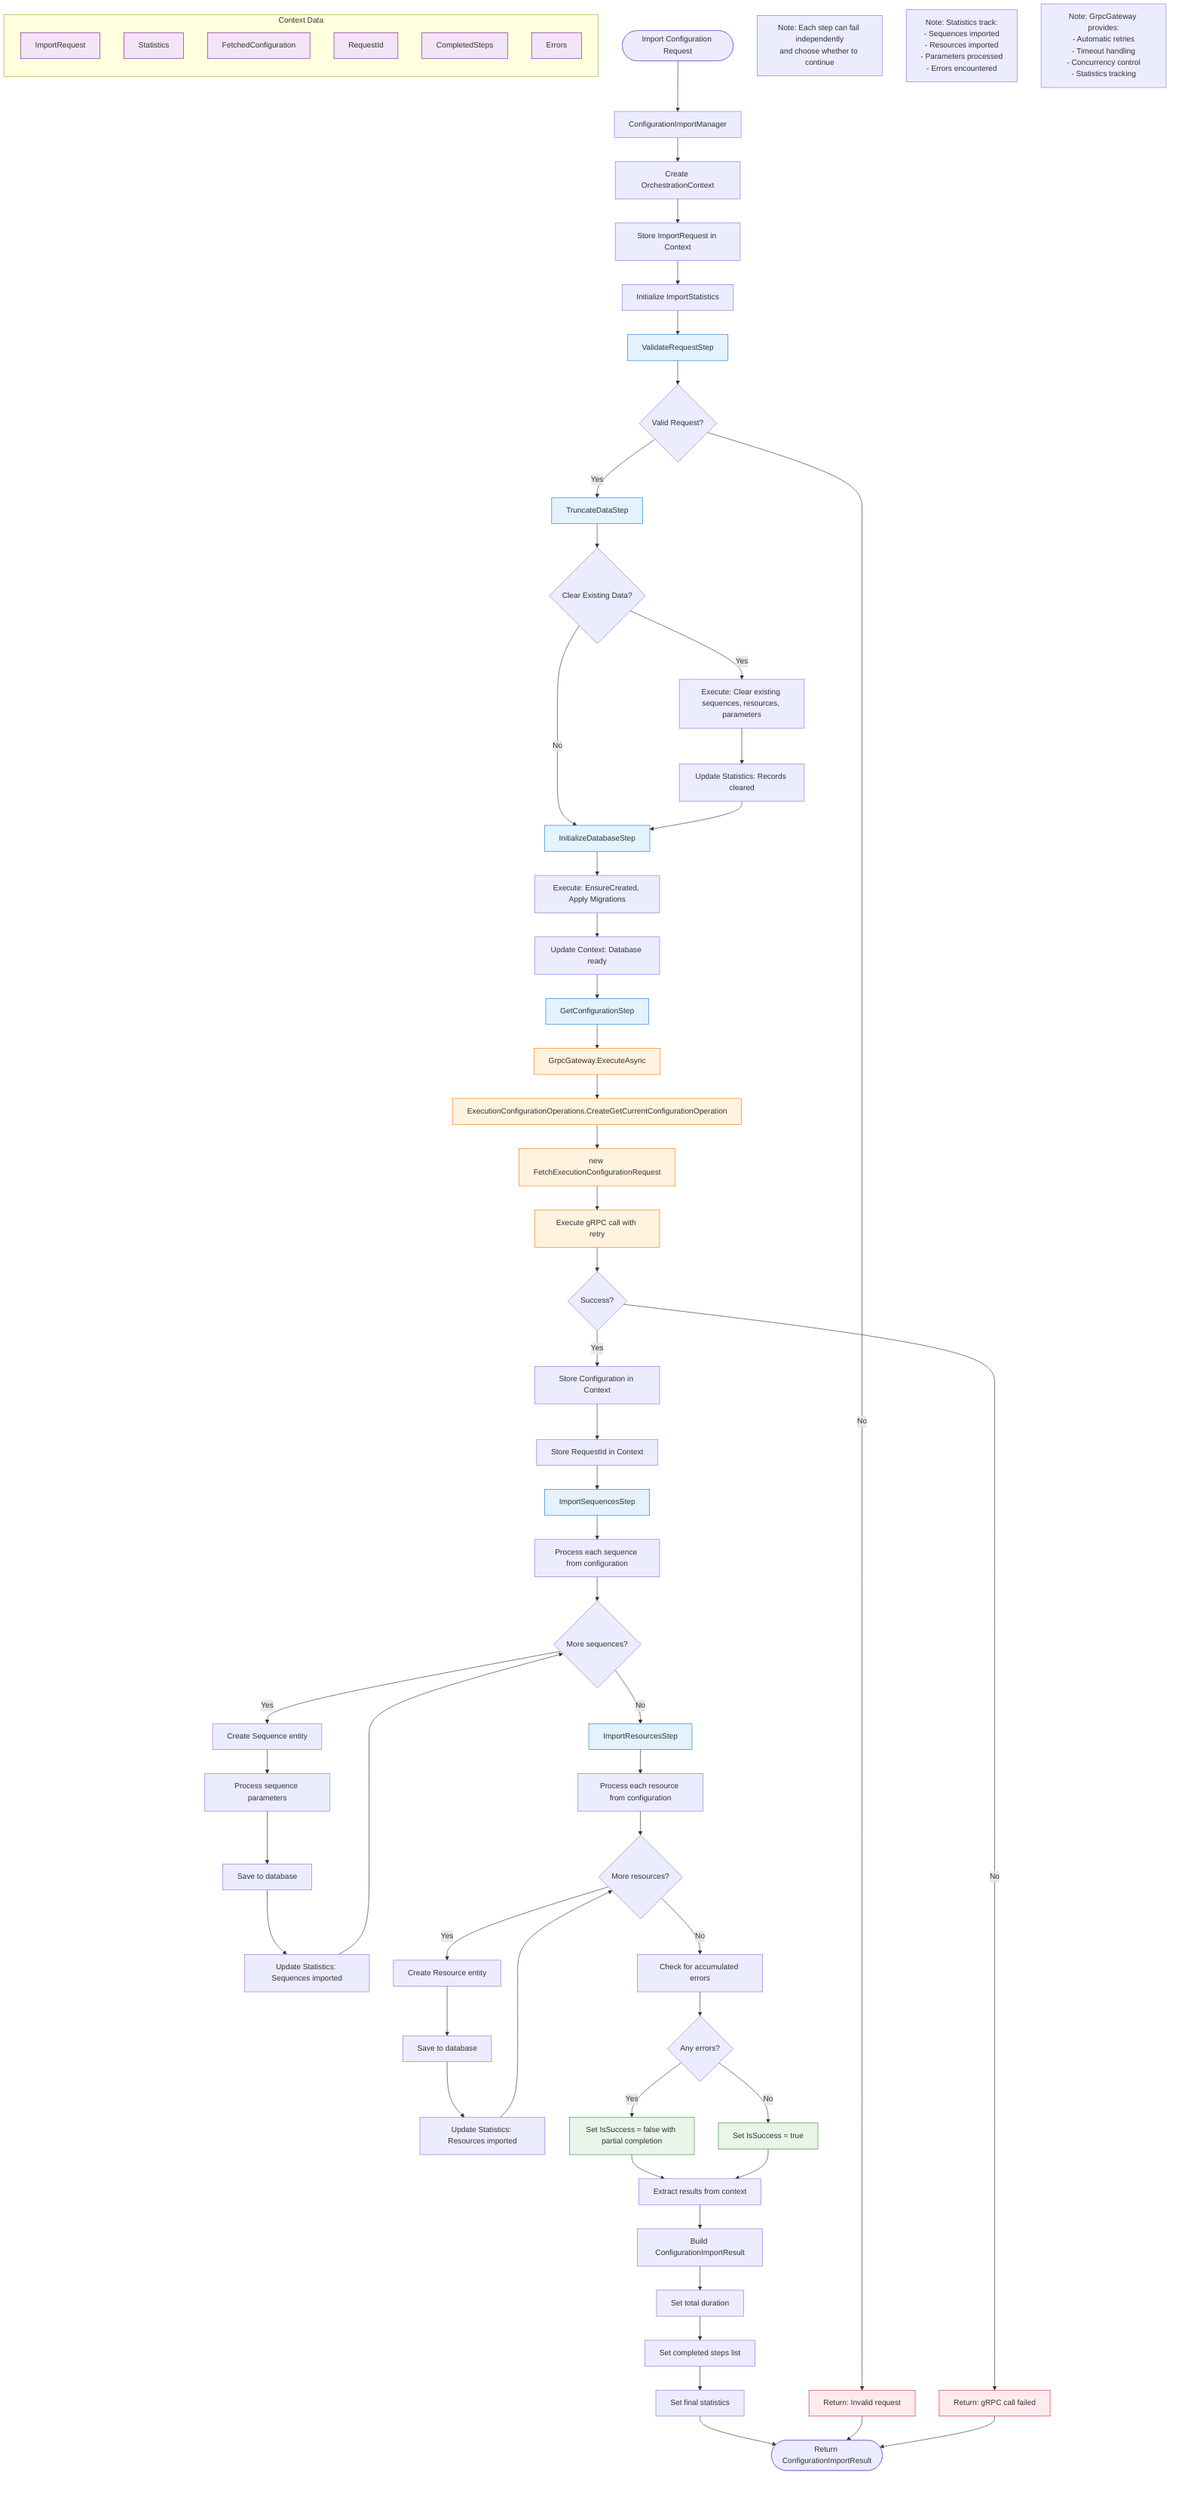
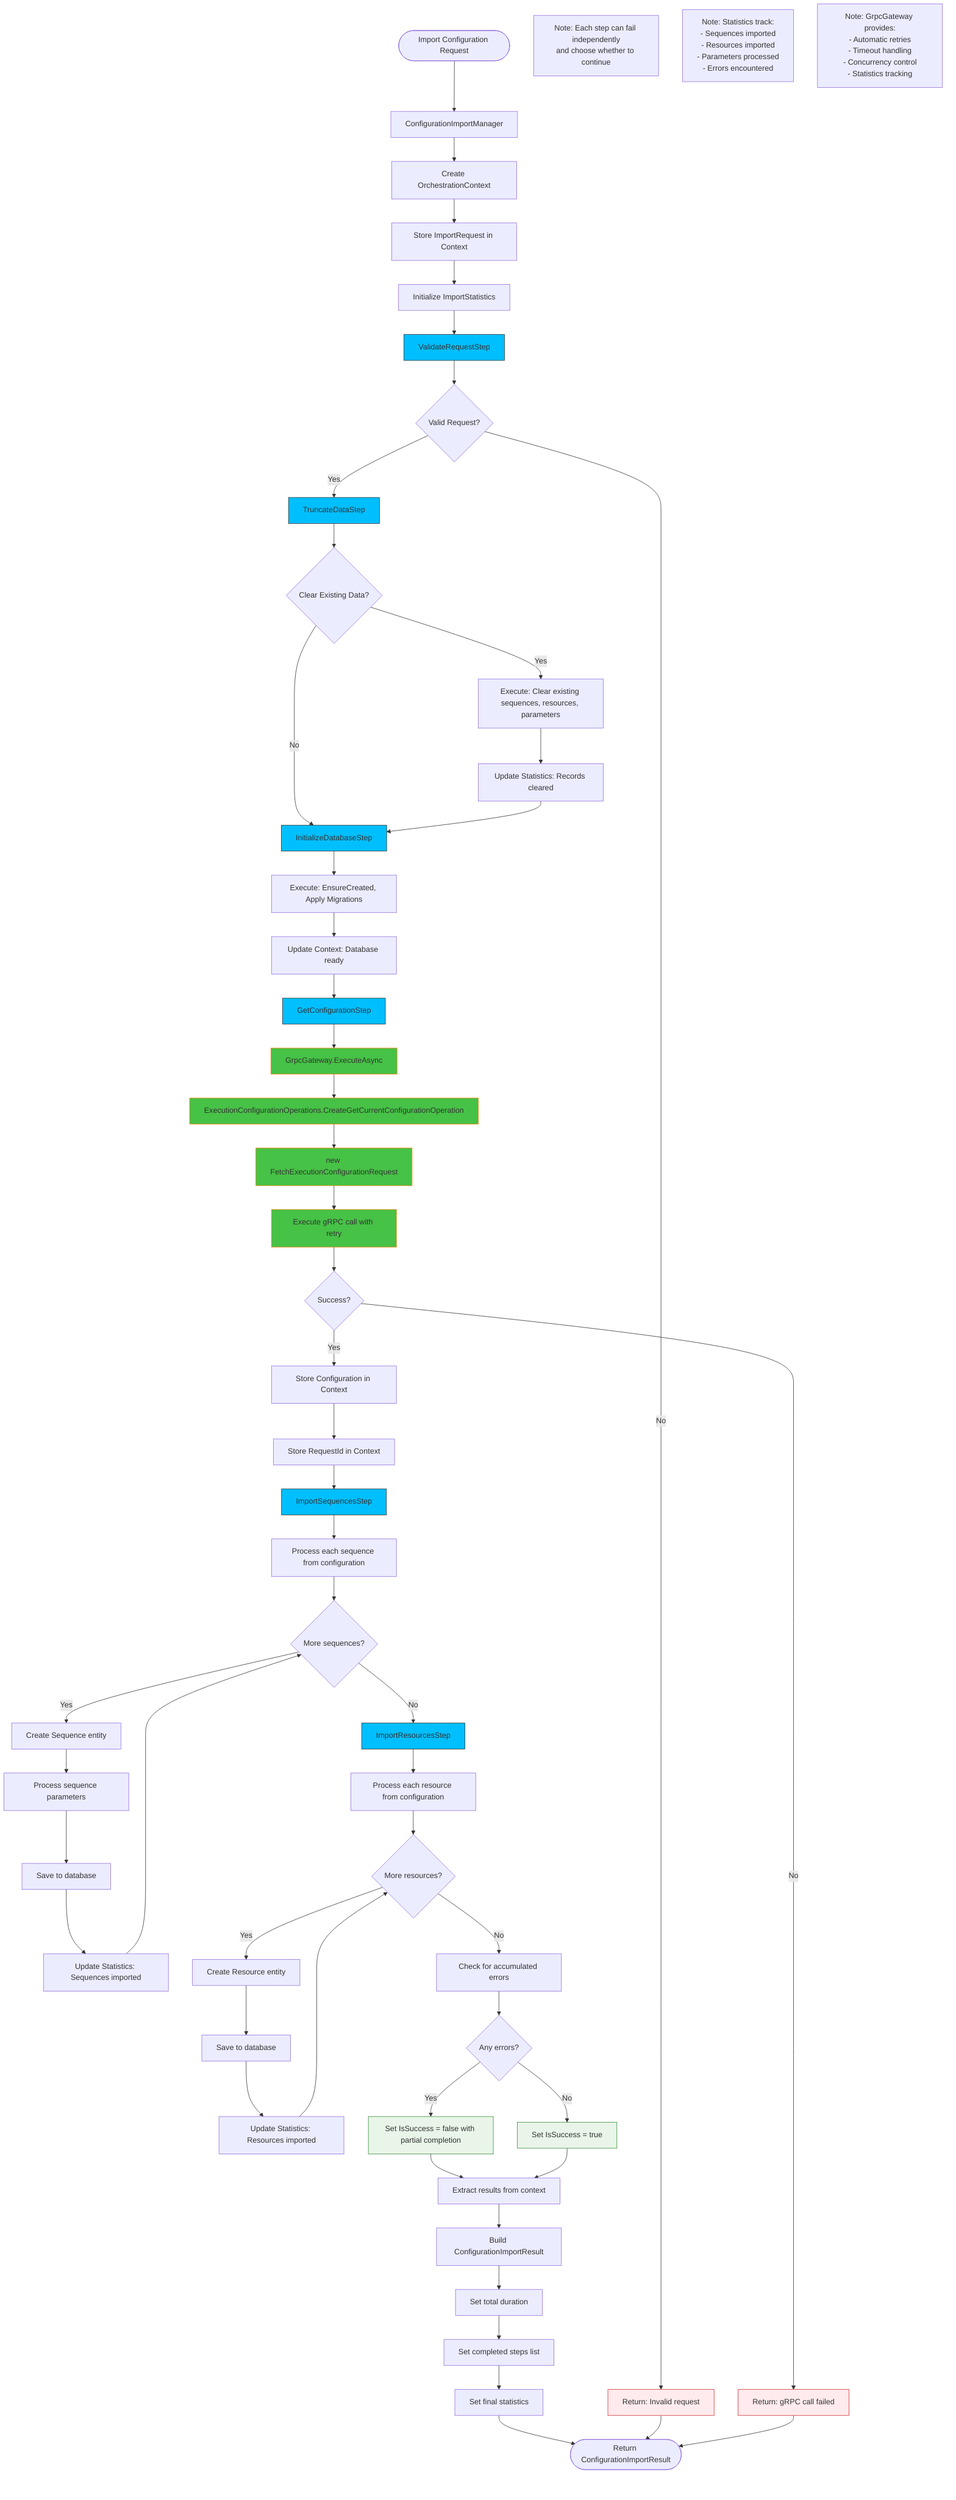
flowchart TD
    Start([Import Configuration Request]) --> PM[ConfigurationImportManager]
    PM --> CreateContext[Create OrchestrationContext]
    CreateContext --> StoreRequest[Store ImportRequest in Context]
    StoreRequest --> InitStats[Initialize ImportStatistics]

    InitStats --> Step1[ValidateRequestStep]
    Step1 --> V1{Valid Request?}
    V1 -->|No| ErrorV1[Return: Invalid request]
    V1 -->|Yes| Step2[TruncateDataStep]

    Step2 --> V2{Clear Existing Data?}
    V2 -->|No| Step3[InitializeDatabaseStep]
    V2 -->|Yes| Truncate[Execute: Clear existing sequences, resources, parameters]
    Truncate --> TruncateComplete[Update Statistics: Records cleared]
    TruncateComplete --> Step3

    Step3 --> DBInit[Execute: EnsureCreated, Apply Migrations]
    DBInit --> DBComplete[Update Context: Database ready]
    DBComplete --> Step4[GetConfigurationStep]

    Step4 --> GW1[GrpcGateway.ExecuteAsync]
    GW1 --> CreateOp[ExecutionConfigurationOperations.CreateGetCurrentConfigurationOperation]
    CreateOp --> GrpcReq[new FetchExecutionConfigurationRequest]
    GrpcReq --> ExecuteGrpc[Execute gRPC call with retry]

    ExecuteGrpc --> GrpcResult{Success?}
    GrpcResult -->|No| ErrorGrpc[Return: gRPC call failed]
    GrpcResult -->|Yes| StoreConfig[Store Configuration in Context]
    StoreConfig --> StoreReqId[Store RequestId in Context]

    StoreReqId --> Step5[ImportSequencesStep]
    Step5 --> ProcessSeq[Process each sequence from configuration]
    ProcessSeq --> SeqLoop{More sequences?}
    SeqLoop -->|Yes| CreateSeq[Create Sequence entity]
    CreateSeq --> ProcessParams[Process sequence parameters]
    ProcessParams --> SaveSeq[Save to database]
    SaveSeq --> UpdateSeqStats[Update Statistics: Sequences imported]
    UpdateSeqStats --> SeqLoop

    SeqLoop -->|No| Step6[ImportResourcesStep]
    Step6 --> ProcessRes[Process each resource from configuration]
    ProcessRes --> ResLoop{More resources?}
    ResLoop -->|Yes| CreateRes[Create Resource entity]
    CreateRes --> SaveRes[Save to database]
    SaveRes --> UpdateResStats[Update Statistics: Resources imported]
    UpdateResStats --> ResLoop

    ResLoop -->|No| FinalCheck[Check for accumulated errors]
    FinalCheck --> HasErrors{Any errors?}
    HasErrors -->|Yes| PartialSuccess[Set IsSuccess = false with partial completion]
    HasErrors -->|No| FullSuccess[Set IsSuccess = true]

    PartialSuccess --> ExtractResults[Extract results from context]
    FullSuccess --> ExtractResults

    ExtractResults --> BuildResult[Build ConfigurationImportResult]
    BuildResult --> SetDuration[Set total duration]
    SetDuration --> SetSteps[Set completed steps list]
    SetSteps --> SetStats[Set final statistics]
    SetStats --> Return([Return ConfigurationImportResult])

    %% Error paths
    ErrorV1 --> Return
    ErrorGrpc --> Return

-     %% Context Data Flow
-     subgraph "Context Data"
-         direction TB
-         CTX1[ImportRequest]
-         CTX2[Statistics]
-         CTX3[FetchedConfiguration]
-         CTX4[RequestId]
-         CTX5[CompletedSteps]
-         CTX6[Errors]
-     end
- 
    %% Styling
-     classDef stepClass fill:#e3f2fd,stroke:#1976d2
-     classDef gatewayClass fill:#fff3e0,stroke:#f57c00
+     classDef stepClass fill:#00bfff,stroke:#2d2d2d
+     classDef gatewayClass fill:#46c246,stroke:#f57c00
    classDef errorClass fill:#ffebee,stroke:#d32f2f
    classDef successClass fill:#e8f5e8,stroke:#388e3c
    classDef contextClass fill:#f3e5f5,stroke:#7b1fa2

    class Step1,Step2,Step3,Step4,Step5,Step6 stepClass
    class GW1,CreateOp,GrpcReq,ExecuteGrpc gatewayClass
    class ErrorV1,ErrorGrpc errorClass
    class FullSuccess,PartialSuccess successClass
    class CTX1,CTX2,CTX3,CTX4,CTX5,CTX6 contextClass

    %% Notes
    note1[Note: Each step can fail independently<br/>and choose whether to continue]
    note2[Note: Statistics track:<br/>- Sequences imported<br/>- Resources imported<br/>- Parameters processed<br/>- Errors encountered]
    note3[Note: GrpcGateway provides:<br/>- Automatic retries<br/>- Timeout handling<br/>- Concurrency control<br/>- Statistics tracking]